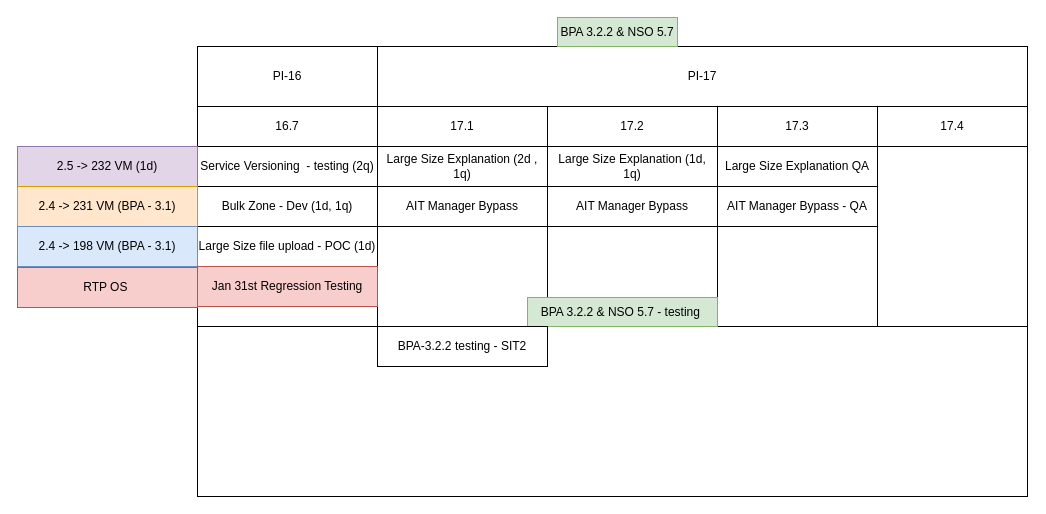
The draw.io diagram page "PI-17 Dev Plan" (8 of 8) of SRF Life Cycle.drawio in nilaratandas/drowInventory, before the edit. Source tidied: cells renumbered, new cells numbered last; positions are measured from the earlier drawing's top-left corner, leaving out a move shared by most shapes. Both pictures are drawn from the tidied source at 100%, with x=0, y=0 at pixel (17, 17).
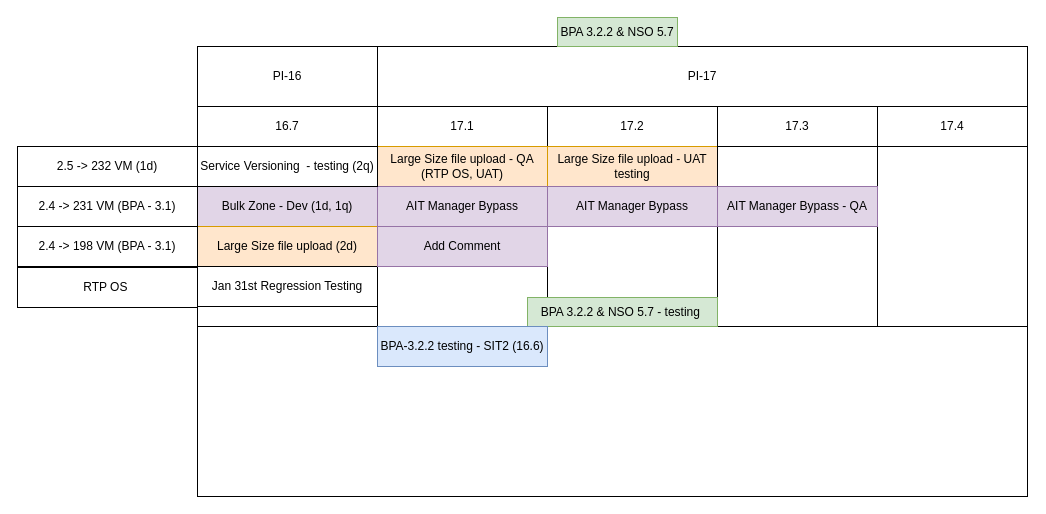
Above is the later version.

Change to the diagram source:
```diff
@@
-    <mxCell id="15" value="Bulk Zone - Dev (1d, 1q)" style="rounded=0;whiteSpace=wrap;html=1;" parent="1" vertex="1">
+    <mxCell id="15" value="Bulk Zone - Dev (1d, 1q)" style="rounded=0;whiteSpace=wrap;html=1;fillColor=#e1d5e7;strokeColor=#9673a6;" parent="1" vertex="1">
       <mxGeometry x="180" y="169" width="180" height="40" as="geometry" />
     </mxCell>
-    <mxCell id="16" value="Large Size file upload - POC (1d)" style="rounded=0;whiteSpace=wrap;html=1;" parent="1" vertex="1">
+    <mxCell id="16" value="Large Size file upload (2d)" style="rounded=0;whiteSpace=wrap;html=1;fillColor=#ffe6cc;strokeColor=#d79b00;" parent="1" vertex="1">
       <mxGeometry x="180" y="209" width="180" height="40" as="geometry" />
     </mxCell>
-    <mxCell id="17" value="Large Size Explanation (2d , 1q)" style="rounded=0;whiteSpace=wrap;html=1;" parent="1" vertex="1">
+    <mxCell id="17" value="Large Size file upload - QA (RTP OS, UAT)" style="rounded=0;whiteSpace=wrap;html=1;fillColor=#ffe6cc;strokeColor=#d79b00;" parent="1" vertex="1">
       <mxGeometry x="360" y="129" width="170" height="40" as="geometry" />
     </mxCell>
-    <mxCell id="18" value="Large Size Explanation (1d, 1q)" style="rounded=0;whiteSpace=wrap;html=1;" parent="1" vertex="1">
+    <mxCell id="18" value="Large Size file upload - UAT testing" style="rounded=0;whiteSpace=wrap;html=1;fillColor=#ffe6cc;strokeColor=#d79b00;" parent="1" vertex="1">
       <mxGeometry x="530" y="129" width="170" height="40" as="geometry" />
     </mxCell>
-    <mxCell id="19" value="AIT Manager Bypass" style="rounded=0;whiteSpace=wrap;html=1;" parent="1" vertex="1">
+    <mxCell id="19" value="AIT Manager Bypass" style="rounded=0;whiteSpace=wrap;html=1;fillColor=#e1d5e7;strokeColor=#9673a6;" parent="1" vertex="1">
       <mxGeometry x="360" y="169" width="170" height="40" as="geometry" />
     </mxCell>
@@
-    <mxCell id="21" value="AIT Manager Bypass" style="rounded=0;whiteSpace=wrap;html=1;" parent="1" vertex="1">
+    <mxCell id="21" value="AIT Manager Bypass" style="rounded=0;whiteSpace=wrap;html=1;fillColor=#e1d5e7;strokeColor=#9673a6;" parent="1" vertex="1">
       <mxGeometry x="530" y="169" width="170" height="40" as="geometry" />
     </mxCell>
@@
-    <mxCell id="25" value="2.5 -&amp;gt; 232 VM (1d)" style="rounded=0;whiteSpace=wrap;html=1;fillColor=#e1d5e7;strokeColor=#9673a6;" parent="1" vertex="1">
+    <mxCell id="25" value="2.5 -&amp;gt; 232 VM (1d)" style="rounded=0;whiteSpace=wrap;html=1;" parent="1" vertex="1">
       <mxGeometry y="129" width="180" height="40" as="geometry" />
     </mxCell>
-    <mxCell id="26" value="2.4 -&amp;gt; 231 VM (BPA - 3.1)" style="rounded=0;whiteSpace=wrap;html=1;fillColor=#ffe6cc;strokeColor=#d79b00;" parent="1" vertex="1">
+    <mxCell id="26" value="2.4 -&amp;gt; 231 VM (BPA - 3.1)" style="rounded=0;whiteSpace=wrap;html=1;" parent="1" vertex="1">
       <mxGeometry y="169" width="180" height="40" as="geometry" />
     </mxCell>
-    <mxCell id="27" value="Large Size Explanation QA" style="rounded=0;whiteSpace=wrap;html=1;" parent="1" vertex="1">
+    <mxCell id="27" style="rounded=0;whiteSpace=wrap;html=1;" parent="1" vertex="1">
       <mxGeometry x="700" y="129" width="160" height="40" as="geometry" />
     </mxCell>
-    <mxCell id="28" value="AIT Manager Bypass - QA" style="rounded=0;whiteSpace=wrap;html=1;" parent="1" vertex="1">
+    <mxCell id="28" value="AIT Manager Bypass - QA" style="rounded=0;whiteSpace=wrap;html=1;fillColor=#e1d5e7;strokeColor=#9673a6;" parent="1" vertex="1">
       <mxGeometry x="700" y="169" width="160" height="40" as="geometry" />
     </mxCell>
-    <mxCell id="29" value="BPA-3.2.2 testing - SIT2" style="rounded=0;whiteSpace=wrap;html=1;" parent="1" vertex="1">
+    <mxCell id="29" value="BPA-3.2.2 testing - SIT2 (16.6)" style="rounded=0;whiteSpace=wrap;html=1;fillColor=#dae8fc;strokeColor=#6c8ebf;" parent="1" vertex="1">
       <mxGeometry x="360" y="309" width="170" height="40" as="geometry" />
     </mxCell>
-    <mxCell id="30" value="2.4 -&amp;gt; 198 VM (BPA - 3.1)" style="rounded=0;whiteSpace=wrap;html=1;fillColor=#dae8fc;strokeColor=#6c8ebf;" parent="1" vertex="1">
+    <mxCell id="30" value="2.4 -&amp;gt; 198 VM (BPA - 3.1)" style="rounded=0;whiteSpace=wrap;html=1;" parent="1" vertex="1">
       <mxGeometry y="209" width="180" height="40" as="geometry" />
     </mxCell>
-    <mxCell id="31" value="Jan 31st Regression Testing" style="rounded=0;whiteSpace=wrap;html=1;fillColor=#f8cecc;strokeColor=#b85450;" parent="1" vertex="1">
+    <mxCell id="31" value="Jan 31st Regression Testing" style="rounded=0;whiteSpace=wrap;html=1;" parent="1" vertex="1">
       <mxGeometry x="180" y="249" width="180" height="40" as="geometry" />
     </mxCell>
-    <mxCell id="32" value="RTP OS&amp;nbsp;" style="rounded=0;whiteSpace=wrap;html=1;fillColor=#f8cecc;strokeColor=#b85450;" parent="1" vertex="1">
+    <mxCell id="32" value="RTP OS&amp;nbsp;" style="rounded=0;whiteSpace=wrap;html=1;" parent="1" vertex="1">
       <mxGeometry y="250" width="180" height="40" as="geometry" />
     </mxCell>
+    <mxCell id="33" value="Add Comment" style="rounded=0;whiteSpace=wrap;html=1;fillColor=#e1d5e7;strokeColor=#9673a6;" parent="1" vertex="1">
+      <mxGeometry x="360" y="209" width="170" height="40" as="geometry" />
+    </mxCell>
```
